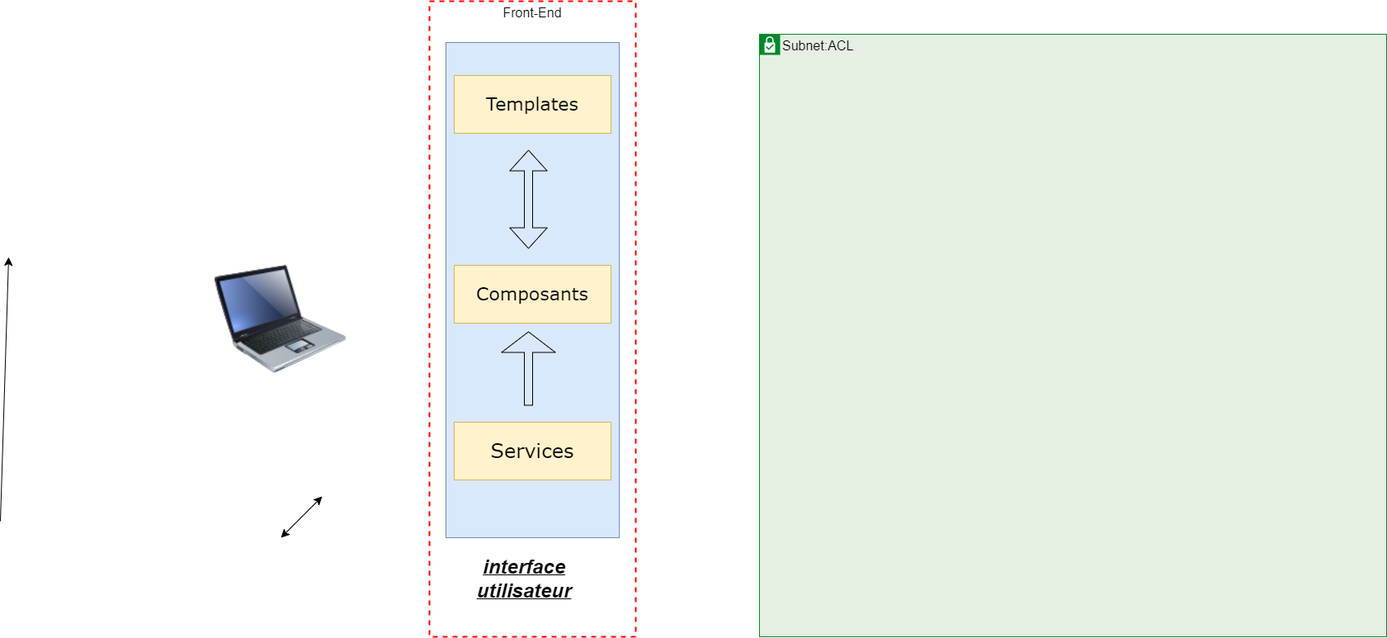
Before: Diagramme sans nom.drawio.png, a diagram exported from draw.io (chirine1/-project). Source tidied: cells renumbered, new cells last; positions are measured from the earlier drawing's top-left corner, leaving out a move shared by most shapes. The source it was exported from:
```xml
<mxGraphModel>
  <root>
    <mxCell id="0" />
    <mxCell id="1" parent="0" />
    <mxCell id="2" value="Front-End" style="fontStyle=0;verticalAlign=top;align=center;spacingTop=-2;fillColor=none;rounded=0;whiteSpace=wrap;html=1;strokeColor=#FF0000;strokeWidth=2;dashed=1;fontSize=16;" parent="1" vertex="1">
      <mxGeometry x="520" width="250" height="770" as="geometry" />
    </mxCell>
    <mxCell id="3" value="&lt;font style=&quot;font-size: 24px;&quot;&gt;interface utilisateur&lt;/font&gt;" style="text;strokeColor=none;fillColor=none;html=1;align=center;verticalAlign=middle;whiteSpace=wrap;rounded=0;fontSize=16;glass=0;shadow=0;fontStyle=7;" parent="2" vertex="1">
      <mxGeometry x="30" y="670" width="170" height="60" as="geometry" />
    </mxCell>
    <mxCell id="4" value="Subnet:ACL" style="shape=mxgraph.ibm.box;prType=subnet;fontStyle=0;verticalAlign=top;align=left;spacingLeft=32;spacingTop=4;fillColor=#E6F0E2;rounded=0;whiteSpace=wrap;html=1;strokeColor=#00882B;strokeWidth=1;dashed=0;spacing=-4;fontSize=16;" parent="1" vertex="1">
      <mxGeometry x="920" y="40" width="760" height="730" as="geometry" />
    </mxCell>
    <mxCell id="5" style="rounded=0;whiteSpace=wrap;html=1;fontSize=16;fillColor=#dae8fc;strokeColor=#6c8ebf;" parent="1" vertex="1">
      <mxGeometry x="540" y="50" width="210" height="600" as="geometry" />
    </mxCell>
    <mxCell id="6" value="&lt;font face=&quot;Verdana&quot; style=&quot;font-size: 24px;&quot;&gt;Services&lt;/font&gt;" style="whiteSpace=wrap;html=1;align=center;newEdgeStyle={&quot;edgeStyle&quot;:&quot;elbowEdgeStyle&quot;,&quot;startArrow&quot;:&quot;none&quot;,&quot;endArrow&quot;:&quot;none&quot;};fontSize=16;fillColor=#fff2cc;strokeColor=#d6b656;" parent="1" vertex="1">
      <mxGeometry x="550" y="510" width="190" height="70" as="geometry" />
    </mxCell>
    <mxCell id="7" value="&lt;font face=&quot;Verdana&quot; style=&quot;font-size: 22px;&quot;&gt;Templates&lt;/font&gt;" style="whiteSpace=wrap;html=1;align=center;newEdgeStyle={&quot;edgeStyle&quot;:&quot;elbowEdgeStyle&quot;,&quot;startArrow&quot;:&quot;none&quot;,&quot;endArrow&quot;:&quot;none&quot;};fontSize=16;fillColor=#fff2cc;strokeColor=#d6b656;" parent="1" vertex="1">
      <mxGeometry x="550" y="90" width="190" height="70" as="geometry" />
    </mxCell>
    <mxCell id="8" value="&lt;font face=&quot;Verdana&quot; style=&quot;font-size: 22px;&quot;&gt;Composants&lt;/font&gt;" style="whiteSpace=wrap;html=1;align=center;newEdgeStyle={&quot;edgeStyle&quot;:&quot;elbowEdgeStyle&quot;,&quot;startArrow&quot;:&quot;none&quot;,&quot;endArrow&quot;:&quot;none&quot;};fontSize=16;fillColor=#fff2cc;strokeColor=#d6b656;" parent="1" vertex="1">
      <mxGeometry x="550" y="320" width="190" height="70" as="geometry" />
    </mxCell>
    <mxCell id="9" style="image;html=1;image=img/lib/clip_art/computers/Laptop_128x128.png;fontSize=16;" parent="1" vertex="1">
      <mxGeometry x="260" y="290" width="160" height="190" as="geometry" />
    </mxCell>
    <mxCell id="10" style="endArrow=classic;startArrow=classic;html=1;rounded=0;fontSize=12;curved=1;startSize=8;endSize=8;" parent="1" edge="1">
      <mxGeometry relative="1" as="geometry">
        <mxPoint x="340" y="650" as="sourcePoint" />
        <mxPoint x="390" y="600" as="targetPoint" />
      </mxGeometry>
    </mxCell>
    <mxCell id="11" style="endArrow=classic;html=1;rounded=0;fontSize=12;curved=1;startSize=8;endSize=8;" parent="1" edge="1">
      <mxGeometry relative="1" as="geometry">
        <mxPoint y="630" as="sourcePoint" />
        <mxPoint x="10" y="310" as="targetPoint" />
      </mxGeometry>
    </mxCell>
    <mxCell id="12" style="shape=flexArrow;endArrow=classic;html=1;rounded=0;fontSize=12;curved=1;startSize=8;endSize=8;endWidth=54.28571428571429;" parent="1" edge="1">
      <mxGeometry relative="1" as="geometry">
        <mxPoint x="640" y="490" as="sourcePoint" />
        <mxPoint x="640" y="400" as="targetPoint" />
      </mxGeometry>
    </mxCell>
    <mxCell id="13" style="shape=flexArrow;endArrow=classic;startArrow=classic;html=1;rounded=0;fontSize=12;curved=1;startSize=8;endSize=8;startWidth=34.285714285714285;endWidth=34.285714285714285;" parent="1" edge="1">
      <mxGeometry relative="1" as="geometry">
        <mxPoint x="640" y="300" as="sourcePoint" />
        <mxPoint x="640" y="180" as="targetPoint" />
      </mxGeometry>
    </mxCell>
  </root>
</mxGraphModel>
```
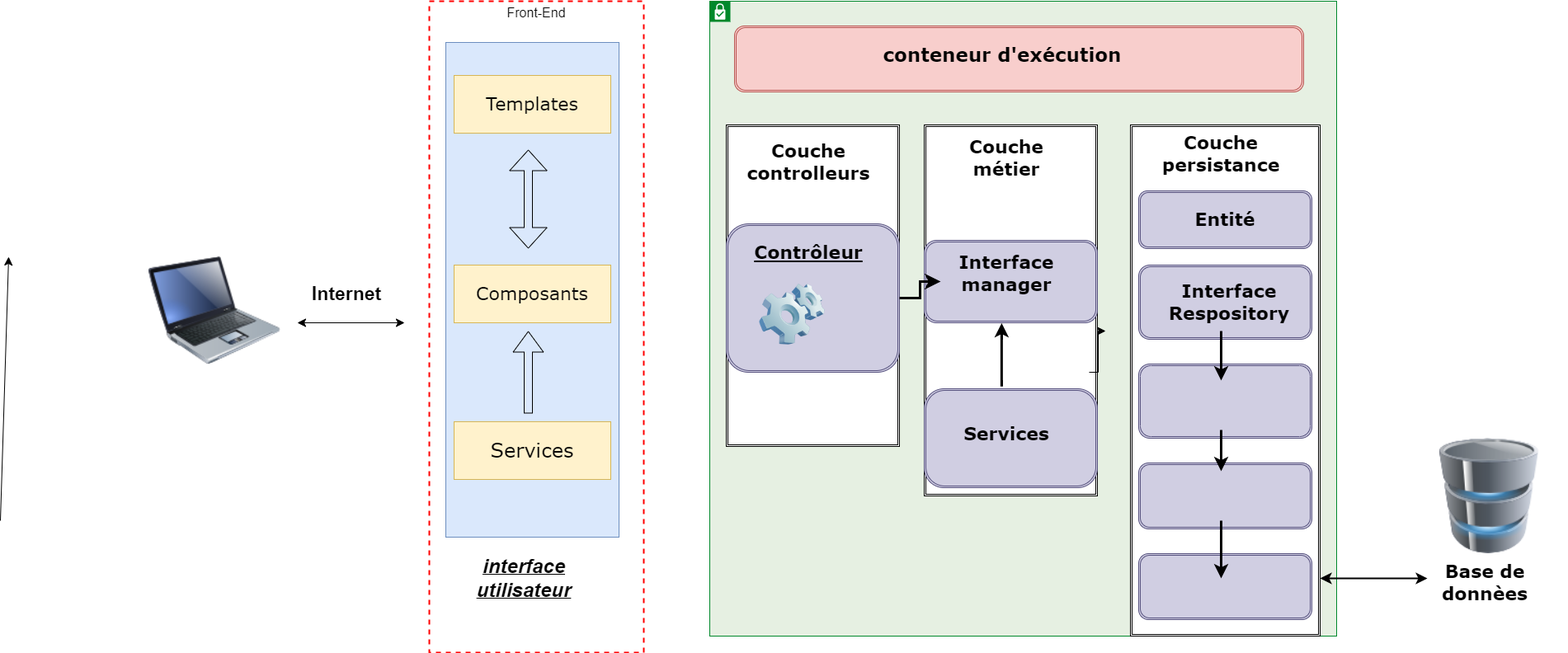
The same file after the commit.

What changed in the source:
```diff
@@ -3,14 +3,112 @@
     <mxCell id="0" />
     <mxCell id="1" parent="0" />
     <mxCell id="2" value="Front-End" style="fontStyle=0;verticalAlign=top;align=center;spacingTop=-2;fillColor=none;rounded=0;whiteSpace=wrap;html=1;strokeColor=#FF0000;strokeWidth=2;dashed=1;fontSize=16;" parent="1" vertex="1">
-      <mxGeometry x="520" width="250" height="770" as="geometry" />
+      <mxGeometry x="520" width="260" height="790" as="geometry" />
     </mxCell>
     <mxCell id="3" value="&lt;font style=&quot;font-size: 24px;&quot;&gt;interface utilisateur&lt;/font&gt;" style="text;strokeColor=none;fillColor=none;html=1;align=center;verticalAlign=middle;whiteSpace=wrap;rounded=0;fontSize=16;glass=0;shadow=0;fontStyle=7;" parent="2" vertex="1">
       <mxGeometry x="30" y="670" width="170" height="60" as="geometry" />
     </mxCell>
-    <mxCell id="4" value="Subnet:ACL" style="shape=mxgraph.ibm.box;prType=subnet;fontStyle=0;verticalAlign=top;align=left;spacingLeft=32;spacingTop=4;fillColor=#E6F0E2;rounded=0;whiteSpace=wrap;html=1;strokeColor=#00882B;strokeWidth=1;dashed=0;spacing=-4;fontSize=16;" parent="1" vertex="1">
-      <mxGeometry x="920" y="40" width="760" height="730" as="geometry" />
+    <mxCell id="4" style="shape=mxgraph.ibm.box;prType=subnet;fontStyle=0;verticalAlign=top;align=left;spacingLeft=32;spacingTop=4;fillColor=#E6F0E2;rounded=0;whiteSpace=wrap;html=1;strokeColor=#00882B;strokeWidth=1;dashed=0;spacing=-4;fontSize=16;" parent="1" vertex="1">
+      <mxGeometry x="860" width="760" height="770" as="geometry" />
     </mxCell>
+    <mxCell id="14" style="shape=ext;double=1;rounded=1;whiteSpace=wrap;html=1;fontSize=16;fillColor=#f8cecc;strokeColor=#b85450;" parent="4" vertex="1">
+      <mxGeometry x="30" y="30" width="690" height="80" as="geometry" />
+    </mxCell>
+    <mxCell id="15" style="shape=ext;double=1;rounded=0;whiteSpace=wrap;html=1;fontSize=16;" parent="4" vertex="1">
+      <mxGeometry x="510" y="150" width="230" height="620" as="geometry" />
+    </mxCell>
+    <mxCell id="16" style="shape=ext;double=1;rounded=0;whiteSpace=wrap;html=1;fontSize=16;" parent="4" vertex="1">
+      <mxGeometry x="260" y="150" width="210" height="450" as="geometry" />
+    </mxCell>
+    <mxCell id="17" style="shape=ext;double=1;rounded=0;whiteSpace=wrap;html=1;fontSize=16;" parent="4" vertex="1">
+      <mxGeometry x="20" y="150" width="210" height="390" as="geometry" />
+    </mxCell>
+    <mxCell id="18" value="&lt;font face=&quot;Verdana&quot; style=&quot;font-size: 23px;&quot;&gt;&lt;b&gt;conteneur d'&lt;/b&gt;&lt;/font&gt;&lt;font face=&quot;Verdana&quot;&gt;&lt;span style=&quot;font-size: 23px;&quot;&gt;&lt;b&gt;exécution&lt;/b&gt;&lt;/span&gt;&lt;/font&gt;" style="text;strokeColor=none;fillColor=none;html=1;align=center;verticalAlign=middle;whiteSpace=wrap;rounded=0;fontSize=16;" parent="4" vertex="1">
+      <mxGeometry x="180" y="50" width="350" height="30" as="geometry" />
+    </mxCell>
+    <mxCell id="19" style="shape=ext;double=1;rounded=1;whiteSpace=wrap;html=1;fontSize=16;fillColor=#d0cee2;strokeColor=#56517e;" parent="4" vertex="1">
+      <mxGeometry x="20" y="270" width="210" height="180" as="geometry" />
+    </mxCell>
+    <mxCell id="20" value="&lt;b&gt;&lt;font face=&quot;Verdana&quot; style=&quot;font-size: 22px;&quot;&gt;&lt;u&gt;Contrôleur&lt;/u&gt;&lt;/font&gt;&lt;/b&gt;" style="text;strokeColor=none;fillColor=none;html=1;align=center;verticalAlign=middle;whiteSpace=wrap;rounded=0;fontSize=16;" parent="4" vertex="1">
+      <mxGeometry x="90" y="290" width="60" height="30" as="geometry" />
+    </mxCell>
+    <mxCell id="21" style="image;html=1;image=img/lib/clip_art/computers/Software_128x128.png;fontSize=16;" parent="4" vertex="1">
+      <mxGeometry x="60" y="340" width="80" height="80" as="geometry" />
+    </mxCell>
+    <mxCell id="22" style="shape=ext;double=1;rounded=1;whiteSpace=wrap;html=1;fontSize=16;fillColor=#d0cee2;strokeColor=#56517e;" parent="4" vertex="1">
+      <mxGeometry x="260" y="290" width="210" height="100" as="geometry" />
+    </mxCell>
+    <mxCell id="23" style="shape=ext;double=1;rounded=1;whiteSpace=wrap;html=1;fontSize=16;fillColor=#d0cee2;strokeColor=#56517e;arcSize=20;" parent="4" vertex="1">
+      <mxGeometry x="260" y="470" width="210" height="120" as="geometry" />
+    </mxCell>
+    <mxCell id="24" style="shape=ext;double=1;rounded=1;whiteSpace=wrap;html=1;fontSize=16;fillColor=#d0cee2;strokeColor=#56517e;" parent="4" vertex="1">
+      <mxGeometry x="520" y="230" width="210" height="70" as="geometry" />
+    </mxCell>
+    <mxCell id="25" style="shape=ext;double=1;rounded=1;whiteSpace=wrap;html=1;fontSize=16;fillColor=#d0cee2;strokeColor=#56517e;" parent="4" vertex="1">
+      <mxGeometry x="520" y="320" width="210" height="90" as="geometry" />
+    </mxCell>
+    <mxCell id="26" style="shape=ext;double=1;rounded=1;whiteSpace=wrap;html=1;fontSize=16;fillColor=#d0cee2;strokeColor=#56517e;" parent="4" vertex="1">
+      <mxGeometry x="520" y="440" width="210" height="90" as="geometry" />
+    </mxCell>
+    <mxCell id="27" style="shape=ext;double=1;rounded=1;whiteSpace=wrap;html=1;fontSize=16;fillColor=#d0cee2;strokeColor=#56517e;" parent="4" vertex="1">
+      <mxGeometry x="520" y="560" width="210" height="80" as="geometry" />
+    </mxCell>
+    <mxCell id="28" value="&lt;font face=&quot;Verdana&quot; style=&quot;font-size: 22px;&quot;&gt;&lt;b&gt;Services&lt;/b&gt;&lt;/font&gt;" style="text;strokeColor=none;fillColor=none;html=1;align=center;verticalAlign=middle;whiteSpace=wrap;rounded=0;fontSize=16;" parent="4" vertex="1">
+      <mxGeometry x="330" y="510" width="60" height="30" as="geometry" />
+    </mxCell>
+    <mxCell id="29" value="&lt;font face=&quot;Verdana&quot; style=&quot;font-size: 22px;&quot;&gt;&lt;b&gt;Interface manager&lt;/b&gt;&lt;/font&gt;" style="text;strokeColor=none;fillColor=none;html=1;align=center;verticalAlign=middle;whiteSpace=wrap;rounded=0;fontSize=16;" parent="4" vertex="1">
+      <mxGeometry x="320" y="310" width="80" height="40" as="geometry" />
+    </mxCell>
+    <mxCell id="30" value="&lt;font face=&quot;Verdana&quot; style=&quot;font-size: 22px;&quot;&gt;&lt;b&gt;Couche controlleurs&lt;/b&gt;&lt;/font&gt;" style="text;strokeColor=none;fillColor=none;html=1;align=center;verticalAlign=middle;whiteSpace=wrap;rounded=0;fontSize=16;" parent="4" vertex="1">
+      <mxGeometry x="90" y="180" width="60" height="30" as="geometry" />
+    </mxCell>
+    <mxCell id="31" value="&lt;font style=&quot;font-size: 22px;&quot; face=&quot;Verdana&quot;&gt;&lt;b&gt;Couche métier&lt;/b&gt;&lt;/font&gt;" style="text;strokeColor=none;fillColor=none;html=1;align=center;verticalAlign=middle;whiteSpace=wrap;rounded=0;fontSize=16;" parent="4" vertex="1">
+      <mxGeometry x="320" y="180" width="80" height="20" as="geometry" />
+    </mxCell>
+    <mxCell id="32" value="&lt;font style=&quot;font-size: 22px;&quot; face=&quot;Verdana&quot;&gt;&lt;b&gt;Couche persistance&lt;/b&gt;&lt;/font&gt;" style="text;strokeColor=none;fillColor=none;html=1;align=center;verticalAlign=middle;whiteSpace=wrap;rounded=0;fontSize=16;" parent="4" vertex="1">
+      <mxGeometry x="590" y="170" width="60" height="30" as="geometry" />
+    </mxCell>
+    <mxCell id="33" style="shape=ext;double=1;rounded=1;whiteSpace=wrap;html=1;fontSize=16;fillColor=#d0cee2;strokeColor=#56517e;" parent="4" vertex="1">
+      <mxGeometry x="520" y="670" width="210" height="80" as="geometry" />
+    </mxCell>
+    <mxCell id="34" value="&lt;font face=&quot;Verdana&quot; style=&quot;font-size: 22px;&quot;&gt;&lt;b&gt;Entité&lt;/b&gt;&lt;/font&gt;" style="text;strokeColor=none;fillColor=none;html=1;align=center;verticalAlign=middle;whiteSpace=wrap;rounded=0;fontSize=16;" parent="4" vertex="1">
+      <mxGeometry x="550" y="250" width="150" height="30" as="geometry" />
+    </mxCell>
+    <mxCell id="35" value="&lt;font face=&quot;Verdana&quot; style=&quot;font-size: 22px;&quot;&gt;&lt;b&gt;Interface Respository&lt;/b&gt;&lt;/font&gt;" style="text;strokeColor=none;fillColor=none;html=1;align=center;verticalAlign=middle;whiteSpace=wrap;rounded=0;fontSize=16;" parent="4" vertex="1">
+      <mxGeometry x="550" y="350" width="160" height="30" as="geometry" />
+    </mxCell>
+    <mxCell id="36" style="edgeStyle=elbowEdgeStyle;elbow=horizontal;endArrow=classic;html=1;curved=0;rounded=0;fontSize=12;endSize=10;startSize=11;strokeWidth=3;" parent="4" edge="1" source="19">
+      <mxGeometry relative="1" as="geometry">
+        <mxPoint x="280" y="340" as="targetPoint" />
+      </mxGeometry>
+    </mxCell>
+    <mxCell id="37" style="endArrow=classic;html=1;rounded=0;fontSize=12;curved=1;startSize=8;endSize=8;entryX=0.447;entryY=1.004;entryDx=0;entryDy=0;entryPerimeter=0;exitX=0.447;exitY=-0.023;exitDx=0;exitDy=0;exitPerimeter=0;strokeWidth=3;" parent="4" edge="1" source="23" target="22">
+      <mxGeometry relative="1" as="geometry" />
+    </mxCell>
+    <mxCell id="38" style="edgeStyle=elbowEdgeStyle;elbow=horizontal;endArrow=classic;html=1;curved=0;rounded=0;endSize=8;startSize=8;fontSize=12;" parent="4" edge="1">
+      <mxGeometry relative="1" as="geometry">
+        <mxPoint x="460" y="450" as="sourcePoint" />
+        <mxPoint x="480" y="400" as="targetPoint" />
+      </mxGeometry>
+    </mxCell>
+    <mxCell id="39" style="endArrow=classic;html=1;rounded=0;fontSize=12;curved=1;startSize=8;endSize=8;strokeWidth=3;" parent="4" edge="1">
+      <mxGeometry relative="1" as="geometry">
+        <mxPoint x="620" y="520" as="sourcePoint" />
+        <mxPoint x="620" y="570" as="targetPoint" />
+      </mxGeometry>
+    </mxCell>
+    <mxCell id="40" style="endArrow=classic;html=1;rounded=0;fontSize=12;curved=1;startSize=8;endSize=8;strokeWidth=3;" parent="4" edge="1">
+      <mxGeometry relative="1" as="geometry">
+        <mxPoint x="620" y="400" as="sourcePoint" />
+        <mxPoint x="620" y="460" as="targetPoint" />
+      </mxGeometry>
+    </mxCell>
+    <mxCell id="41" style="endArrow=classic;html=1;rounded=0;fontSize=12;curved=1;startSize=8;endSize=8;strokeWidth=3;" parent="4" edge="1">
+      <mxGeometry relative="1" as="geometry">
+        <mxPoint x="620" y="630" as="sourcePoint" />
+        <mxPoint x="620" y="700" as="targetPoint" />
+      </mxGeometry>
+    </mxCell>
     <mxCell id="5" style="rounded=0;whiteSpace=wrap;html=1;fontSize=16;fillColor=#dae8fc;strokeColor=#6c8ebf;" parent="1" vertex="1">
       <mxGeometry x="540" y="50" width="210" height="600" as="geometry" />
     </mxCell>
@@ -24,12 +122,12 @@
       <mxGeometry x="550" y="320" width="190" height="70" as="geometry" />
     </mxCell>
     <mxCell id="9" style="image;html=1;image=img/lib/clip_art/computers/Laptop_128x128.png;fontSize=16;" parent="1" vertex="1">
-      <mxGeometry x="260" y="290" width="160" height="190" as="geometry" />
+      <mxGeometry x="180" y="280" width="160" height="190" as="geometry" />
     </mxCell>
     <mxCell id="10" style="endArrow=classic;startArrow=classic;html=1;rounded=0;fontSize=12;curved=1;startSize=8;endSize=8;" parent="1" edge="1">
       <mxGeometry relative="1" as="geometry">
-        <mxPoint x="340" y="650" as="sourcePoint" />
-        <mxPoint x="390" y="600" as="targetPoint" />
+        <mxPoint x="360" y="390" as="sourcePoint" />
+        <mxPoint x="490" y="390" as="targetPoint" />
       </mxGeometry>
     </mxCell>
     <mxCell id="11" style="endArrow=classic;html=1;rounded=0;fontSize=12;curved=1;startSize=8;endSize=8;" parent="1" edge="1">
@@ -38,9 +136,9 @@
         <mxPoint x="10" y="310" as="targetPoint" />
       </mxGeometry>
     </mxCell>
-    <mxCell id="12" style="shape=flexArrow;endArrow=classic;html=1;rounded=0;fontSize=12;curved=1;startSize=8;endSize=8;endWidth=54.28571428571429;" parent="1" edge="1">
+    <mxCell id="12" style="shape=flexArrow;endArrow=classic;html=1;rounded=0;fontSize=12;curved=1;startSize=8;endSize=8;endWidth=25.714285714285715;" parent="1" edge="1">
       <mxGeometry relative="1" as="geometry">
-        <mxPoint x="640" y="490" as="sourcePoint" />
+        <mxPoint x="640" y="500" as="sourcePoint" />
         <mxPoint x="640" y="400" as="targetPoint" />
       </mxGeometry>
     </mxCell>
@@ -50,5 +148,20 @@
         <mxPoint x="640" y="180" as="targetPoint" />
       </mxGeometry>
     </mxCell>
+    <mxCell id="42" value="&lt;font style=&quot;font-size: 23px;&quot;&gt;&lt;b&gt;Internet&lt;/b&gt;&lt;/font&gt;" style="text;strokeColor=none;fillColor=none;html=1;align=center;verticalAlign=middle;whiteSpace=wrap;rounded=0;fontSize=16;" parent="1" vertex="1">
+      <mxGeometry x="390" y="340" width="60" height="30" as="geometry" />
+    </mxCell>
+    <mxCell id="43" value="&lt;b&gt;&lt;font face=&quot;Verdana&quot; style=&quot;font-size: 22px;&quot;&gt;Base de donnèes&lt;/font&gt;&lt;/b&gt;" style="text;strokeColor=none;fillColor=none;html=1;align=center;verticalAlign=middle;whiteSpace=wrap;rounded=0;fontSize=16;" parent="1" vertex="1">
+      <mxGeometry x="1740" y="680" width="120" height="50" as="geometry" />
+    </mxCell>
+    <mxCell id="44" style="endArrow=classic;startArrow=classic;html=1;rounded=0;fontSize=12;curved=1;startSize=8;endSize=8;strokeWidth=2;" parent="1" edge="1">
+      <mxGeometry relative="1" as="geometry">
+        <mxPoint x="1600" y="700" as="sourcePoint" />
+        <mxPoint x="1730" y="700" as="targetPoint" />
+      </mxGeometry>
+    </mxCell>
+    <mxCell id="45" style="image;html=1;image=img/lib/clip_art/computers/Database_128x128.png;fontSize=16;" parent="1" vertex="1">
+      <mxGeometry x="1710" y="530" width="190" height="140" as="geometry" />
+    </mxCell>
   </root>
 </mxGraphModel>
```
